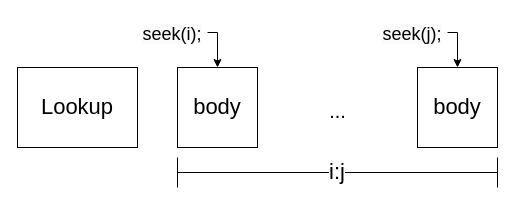
This is page "Lookup" (1 of 8) of figures/Looplets.drawio from willow-ahrens/FinchSystemPaper, a draw.io file, before an edit. Source tidied: cells renumbered, new cells numbered last; positions are measured from the earlier drawing's top-left corner, leaving out a move shared by most shapes. Both pictures are drawn from the tidied source at 100%, with x=0, y=0 at pixel (17, 17).
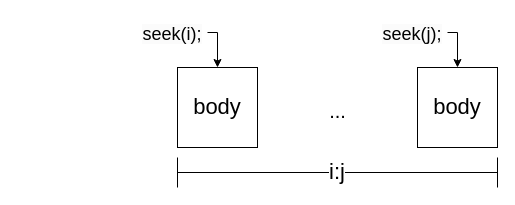
Above is the later version.

What changed in the source:
```diff
@@
 <mxGraphModel>
   <root>
     <mxCell id="0" />
     <mxCell id="1" parent="0" />
     <mxCell id="2" value="body" style="whiteSpace=wrap;html=1;fontSize=22;" parent="1" vertex="1">
       <mxGeometry x="160" y="50" width="80" height="80" as="geometry" />
     </mxCell>
-    <mxCell id="3" value="Lookup" style="whiteSpace=wrap;html=1;fontSize=22;" parent="1" vertex="1">
-      <mxGeometry y="50" width="120" height="80" as="geometry" />
-    </mxCell>
     <mxCell id="4" value="i:j" style="shape=crossbar;whiteSpace=wrap;html=1;rounded=1;fontSize=22;labelBackgroundColor=default;" parent="1" vertex="1">
       <mxGeometry x="160" y="140" width="320" height="30" as="geometry" />
     </mxCell>
     <mxCell id="5" value="body" style="whiteSpace=wrap;html=1;fontSize=22;" parent="1" vertex="1">
       <mxGeometry x="400" y="50" width="80" height="80" as="geometry" />
     </mxCell>
     <mxCell id="6" value="..." style="text;html=1;align=center;verticalAlign=middle;strokeColor=none;fillColor=none;fontSize=20;" parent="1" vertex="1">
       <mxGeometry x="300" y="73" width="40" height="40" as="geometry" />
     </mxCell>
     <mxCell id="7" style="edgeStyle=orthogonalEdgeStyle;rounded=0;jettySize=auto;html=1;exitX=1;exitY=0.5;exitDx=0;exitDy=0;entryX=0.5;entryY=0;entryDx=0;entryDy=0;" parent="1" edge="1" source="8" target="2">
       <mxGeometry relative="1" as="geometry" />
     </mxCell>
     <mxCell id="8" value="&lt;span style=&quot;color: rgb(0, 0, 0); font-family: Helvetica; font-size: 18px; font-style: normal; font-variant-ligatures: normal; font-variant-caps: normal; font-weight: 400; letter-spacing: normal; orphans: 2; text-indent: 0px; text-transform: none; widows: 2; word-spacing: 0px; -webkit-text-stroke-width: 0px; white-space: normal; background-color: rgb(251, 251, 251); text-decoration-thickness: initial; text-decoration-style: initial; text-decoration-color: initial; float: none; display: inline !important;&quot;&gt;seek(i);&lt;/span&gt;" style="text;whiteSpace=wrap;html=1;fontSize=18;align=center;" parent="1" vertex="1">
       <mxGeometry x="120" width="70" height="30" as="geometry" />
     </mxCell>
     <mxCell id="9" style="edgeStyle=orthogonalEdgeStyle;rounded=0;jettySize=auto;html=1;exitX=1;exitY=0.5;exitDx=0;exitDy=0;entryX=0.5;entryY=0;entryDx=0;entryDy=0;" parent="1" edge="1" source="10" target="5">
       <mxGeometry relative="1" as="geometry" />
     </mxCell>
     <mxCell id="10" value="&lt;span style=&quot;color: rgb(0, 0, 0); font-family: Helvetica; font-size: 18px; font-style: normal; font-variant-ligatures: normal; font-variant-caps: normal; font-weight: 400; letter-spacing: normal; orphans: 2; text-indent: 0px; text-transform: none; widows: 2; word-spacing: 0px; -webkit-text-stroke-width: 0px; white-space: normal; background-color: rgb(251, 251, 251); text-decoration-thickness: initial; text-decoration-style: initial; text-decoration-color: initial; float: none; display: inline !important;&quot;&gt;seek(j);&lt;/span&gt;" style="text;whiteSpace=wrap;html=1;fontSize=18;align=center;" parent="1" vertex="1">
       <mxGeometry x="360" width="70" height="30" as="geometry" />
     </mxCell>
     <mxCell id="11" style="edgeStyle=orthogonalEdgeStyle;rounded=0;orthogonalLoop=1;jettySize=auto;html=1;exitX=1;exitY=0.5;exitDx=0;exitDy=0;entryX=0.38;entryY=0;entryDx=0;entryDy=0;entryPerimeter=0;" parent="1" edge="1">
       <mxGeometry relative="1" as="geometry">
         <mxPoint x="490" y="1175" as="sourcePoint" />
       </mxGeometry>
     </mxCell>
   </root>
 </mxGraphModel>
```
